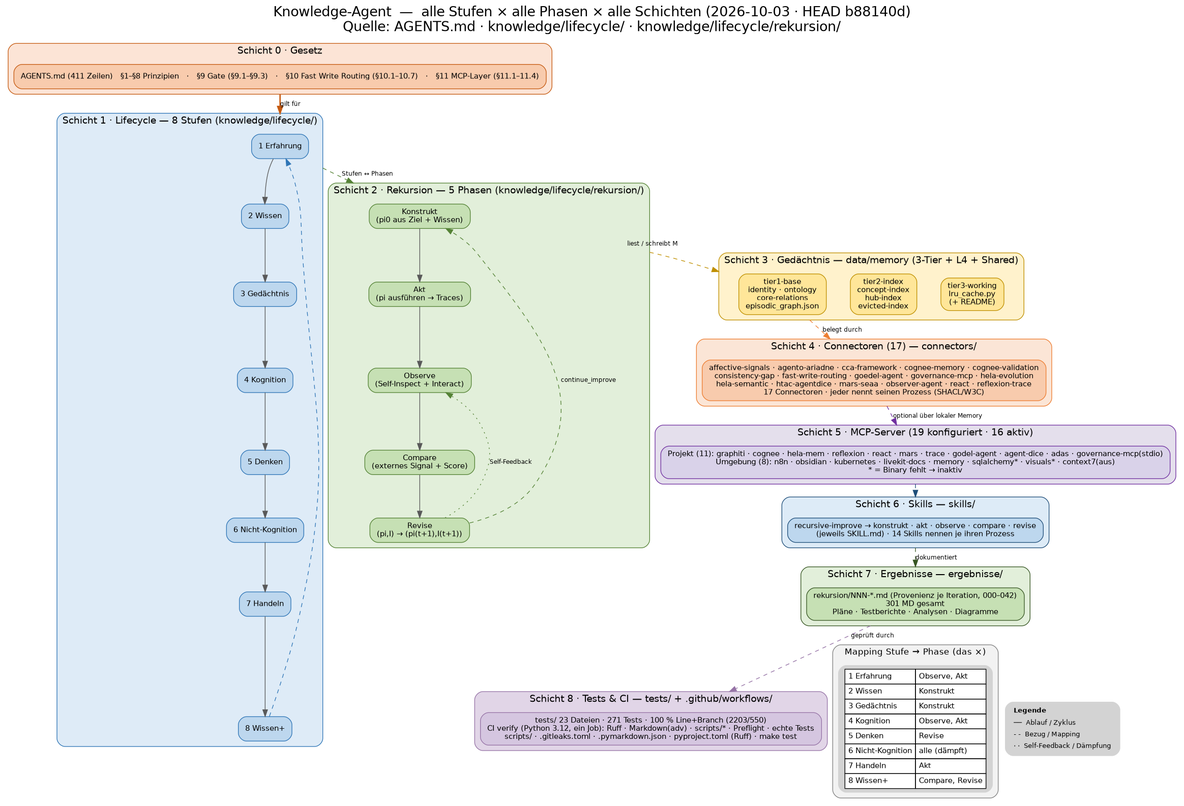
Before: ergebnisse/knowledge-agent-diagramm.png, a diagram exported from Graphviz (abatn/Ata3lm). Its source is kept beside it as ergebnisse/knowledge-agent-diagramm.dot.
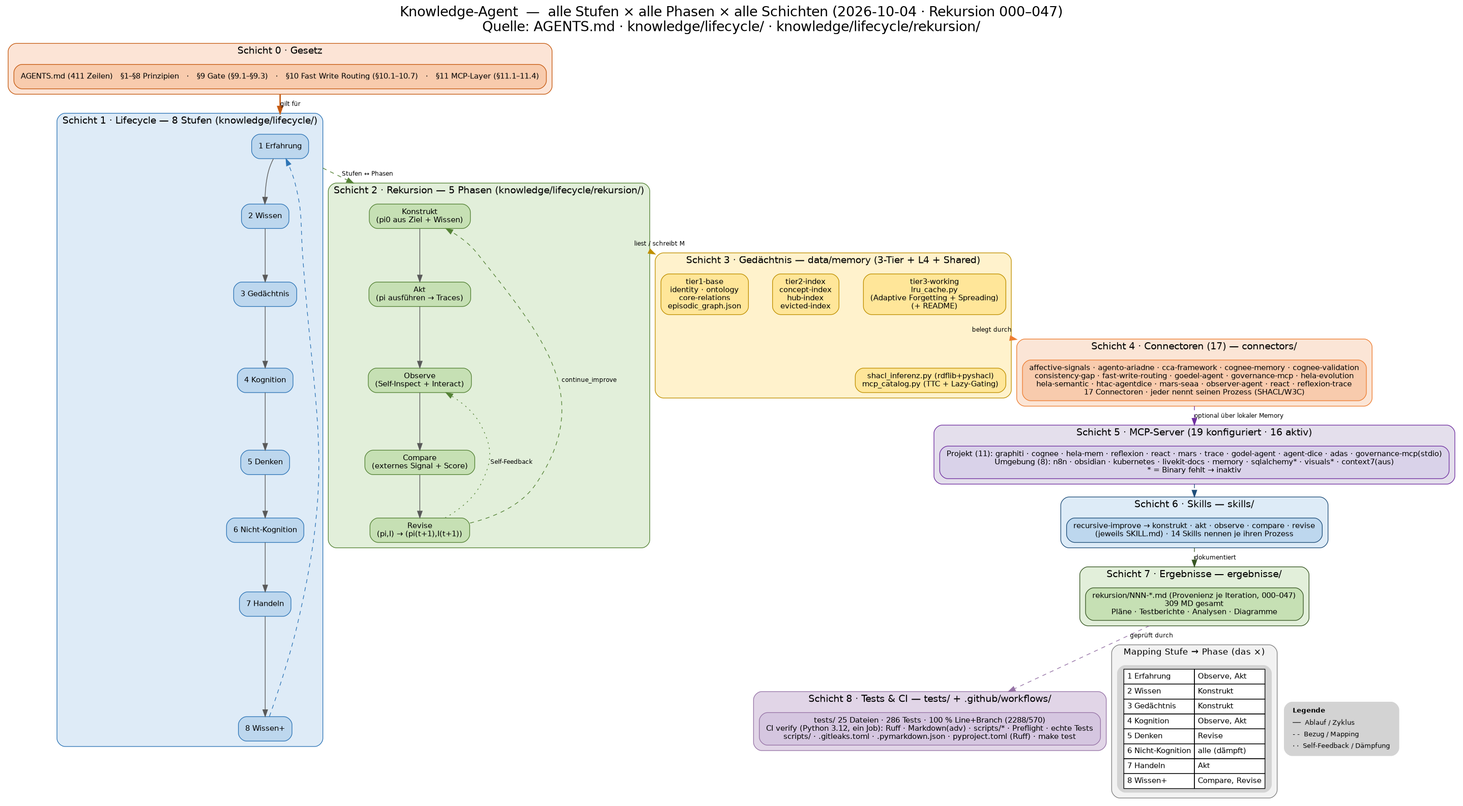
After the change.

What changed in the source:
```diff
@@ -5,7 +5,7 @@
   fontname="DejaVu Sans";
   labelloc="t";
   fontsize=20;
-  label="Knowledge-Agent  —  alle Stufen × alle Phasen × alle Schichten (2026-10-03 · HEAD b88140d)\nQuelle: AGENTS.md · knowledge/lifecycle/ · knowledge/lifecycle/rekursion/";
+  label="Knowledge-Agent  —  alle Stufen × alle Phasen × alle Schichten (2026-10-04 · Rekursion 000–047)\nQuelle: AGENTS.md · knowledge/lifecycle/ · knowledge/lifecycle/rekursion/";
   node [shape=box, style="rounded,filled", fontname="DejaVu Sans", fontsize=11, margin="0.14,0.09"];
   edge [fontname="DejaVu Sans", fontsize=9, color="#595959"];
 
@@ -49,8 +49,10 @@
     {rank=same; m1; m2; m3;}
     m1 [label="tier1-base\nidentity · ontology\ncore-relations\nepisodic_graph.json", fillcolor="#FFE699", color="#BF8F00"];
     m2 [label="tier2-index\nconcept-index\nhub-index\nevicted-index", fillcolor="#FFE699", color="#BF8F00"];
-    m3 [label="tier3-working\nlru_cache.py\n(+ README)", fillcolor="#FFE699", color="#BF8F00"];
+    m3 [label="tier3-working\nlru_cache.py\n(Adaptive Forgetting + Spreading)\n(+ README)", fillcolor="#FFE699", color="#BF8F00"];
+    mx [label="shacl_inferenz.py (rdflib+pyshacl)\nmcp_catalog.py (TTC + Lazy-Gating)", fillcolor="#FFE699", color="#BF8F00"];
     m1 -> m2 -> m3 [style=invis];
+    m3 -> mx [style=invis];
   }
 
   subgraph cluster_conn {
@@ -74,13 +76,13 @@
   subgraph cluster_res {
     label="Schicht 7 · Ergebnisse — ergebnisse/";
     style="filled,rounded"; fillcolor="#E2EFDA"; color="#375623"; fontsize=14;
-    res [label="rekursion/NNN-*.md (Provenienz je Iteration, 000–042)\n301 MD gesamt\nPläne · Testberichte · Analysen · Diagramme", fillcolor="#C6E0B4", color="#375623"];
+    res [label="rekursion/NNN-*.md (Provenienz je Iteration, 000–047)\n309 MD gesamt\nPläne · Testberichte · Analysen · Diagramme", fillcolor="#C6E0B4", color="#375623"];
   }
 
   subgraph cluster_tests {
     label="Schicht 8 · Tests & CI — tests/ + .github/workflows/";
     style="filled,rounded"; fillcolor="#E1D5E7"; color="#9673A6"; fontsize=14;
-    tst [label="tests/ 23 Dateien · 271 Tests · 100 % Line+Branch (2203/550)\nCI verify (Python 3.12, ein Job): Ruff · Markdown(adv) · scripts/* · Preflight · echte Tests\nscripts/ · .gitleaks.toml · .pymarkdown.json · pyproject.toml (Ruff) · make test", fillcolor="#D5C6E0", color="#9673A6"];
+    tst [label="tests/ 25 Dateien · 286 Tests · 100 % Line+Branch (2288/570)\nCI verify (Python 3.12, ein Job): Ruff · Markdown(adv) · scripts/* · Preflight · echte Tests\nscripts/ · .gitleaks.toml · .pymarkdown.json · pyproject.toml (Ruff) · make test", fillcolor="#D5C6E0", color="#9673A6"];
   }
 
   law -> s1 [ltail=cluster_law, lhead=cluster_stufen, style=bold, color="#C55A11", label="gilt für"];
```
